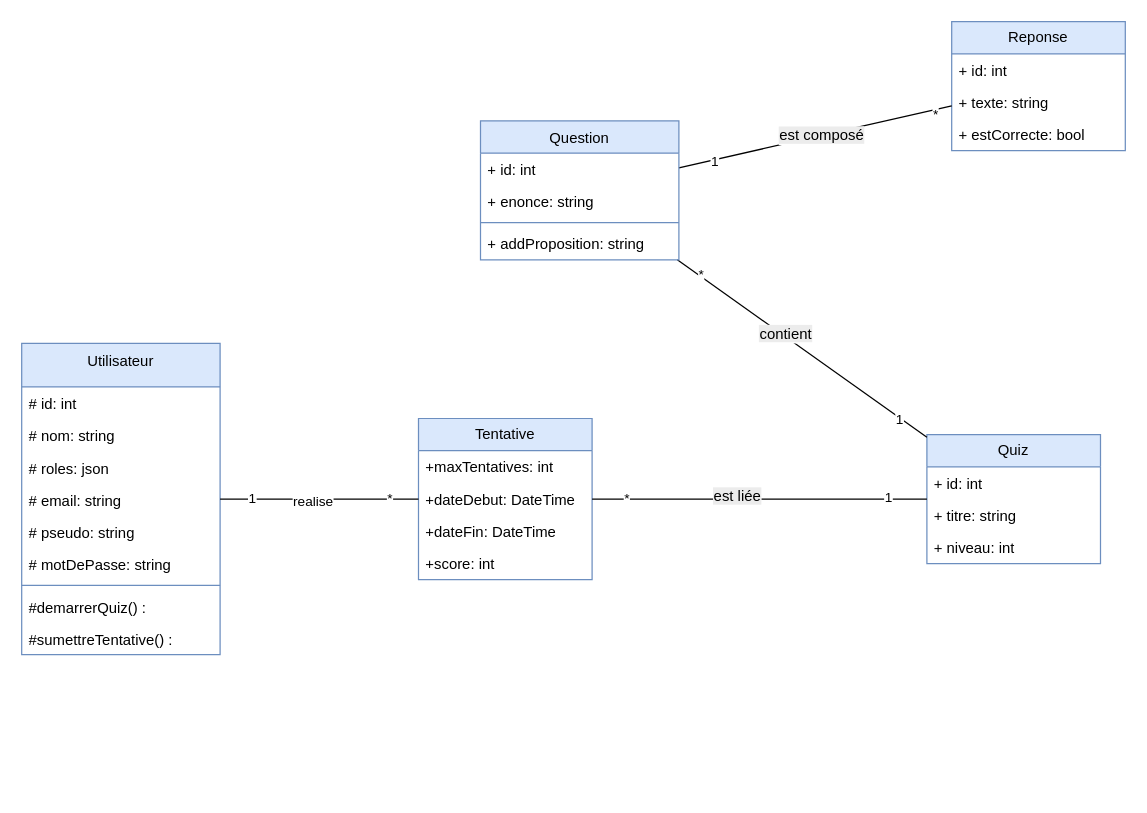
Earlier version of the draw.io diagram doc-projet-symfony/Projet Quiz.drawio (AnnieLitoiu/ProjetFinal-Annie). Source tidied: cells renumbered, new cells numbered last; positions are measured from the earlier drawing's top-left corner, leaving out a move shared by most shapes. Both pictures are drawn from the tidied source at 124%, with x=0, y=0 at pixel (21, 21).
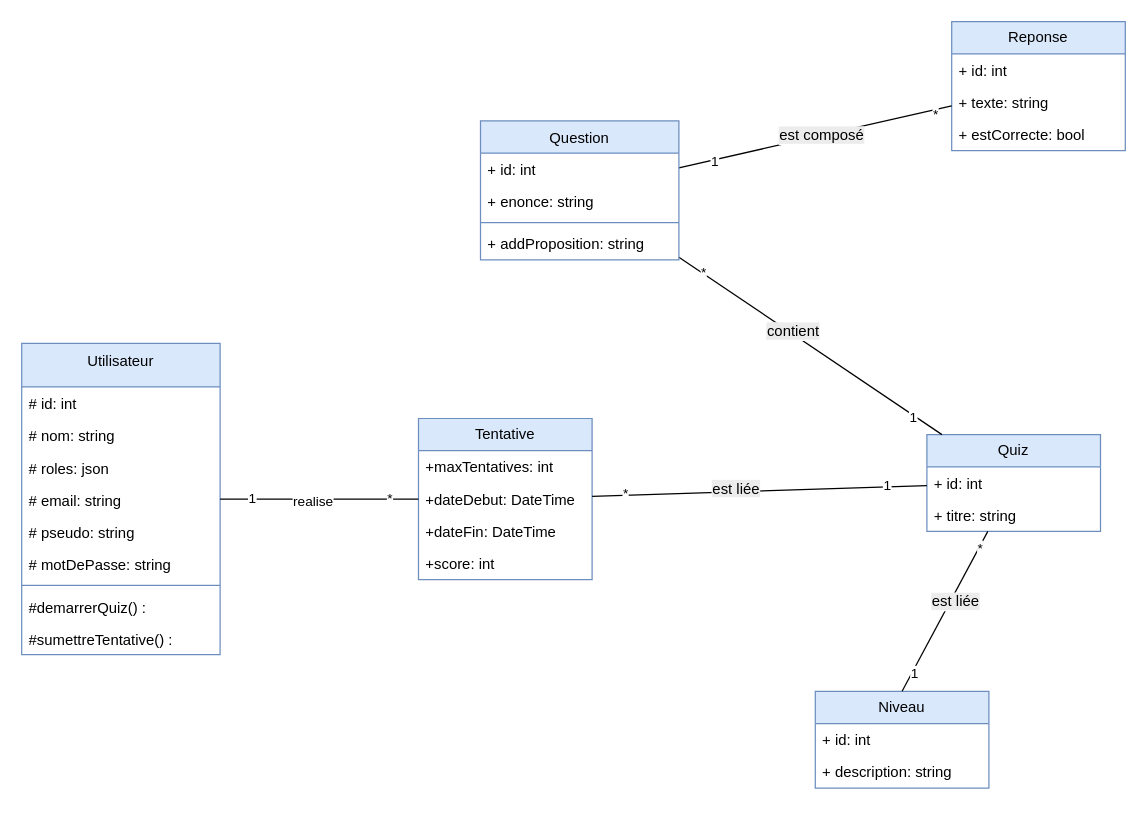
The same diagram, later.

Commit message (it also covers changes not shown here):
avant rajouter entity Niveau

What changed in the source:
```diff
@@
     <mxCell id="2" value="Quiz" style="swimlane;fontStyle=0;horizontal=1;startSize=26;fillColor=#dae8fc;whiteSpace=wrap;html=1;strokeColor=#6c8ebf;" parent="1" vertex="1">
-      <mxGeometry x="730" y="333" width="140" height="104" as="geometry" />
+      <mxGeometry x="730" y="333" width="140" height="78" as="geometry" />
     </mxCell>
@@
-    <mxCell id="5" value="+ niveau: int" style="text;strokeColor=none;fillColor=none;align=left;verticalAlign=top;spacingLeft=4;spacingRight=4;overflow=hidden;whiteSpace=wrap;html=1;" parent="2" vertex="1">
-      <mxGeometry y="78" width="140" height="26" as="geometry" />
-    </mxCell>
@@
+    <mxCell id="46" value="Niveau" style="swimlane;fontStyle=0;horizontal=1;startSize=26;fillColor=#dae8fc;whiteSpace=wrap;html=1;strokeColor=#6c8ebf;" parent="1" vertex="1">
+      <mxGeometry x="640" y="540" width="140" height="78" as="geometry" />
+    </mxCell>
+    <mxCell id="47" value="+ id: int" style="text;strokeColor=none;fillColor=none;align=left;verticalAlign=top;spacingLeft=4;spacingRight=4;overflow=hidden;whiteSpace=wrap;html=1;" parent="46" vertex="1">
+      <mxGeometry y="26" width="140" height="26" as="geometry" />
+    </mxCell>
+    <mxCell id="48" value="+ description: string" style="text;strokeColor=none;fillColor=none;align=left;verticalAlign=top;spacingLeft=4;spacingRight=4;overflow=hidden;whiteSpace=wrap;html=1;" parent="46" vertex="1">
+      <mxGeometry y="52" width="140" height="26" as="geometry" />
+    </mxCell>
+    <mxCell id="49" style="endArrow=none;html=1;rounded=0;entryX=0.5;entryY=0;entryDx=0;entryDy=0;" parent="1" edge="1" source="2" target="46">
+      <mxGeometry relative="1" as="geometry" />
+    </mxCell>
+    <mxCell id="50" value="1" style="edgeLabel;html=1;align=center;verticalAlign=middle;" parent="49" vertex="1">
+      <mxGeometry x="0.76" y="2" relative="1" as="geometry" />
+    </mxCell>
+    <mxCell id="51" value="*" style="edgeLabel;html=1;align=center;verticalAlign=middle;" parent="49" vertex="1">
+      <mxGeometry x="-0.8" y="1" relative="1" as="geometry" />
+    </mxCell>
+    <mxCell id="52" value="&lt;span style=&quot;font-size: 12px; background-color: rgb(236, 236, 236);&quot;&gt;est liée&lt;/span&gt;" style="edgeLabel;html=1;align=center;verticalAlign=middle;" parent="49" vertex="1">
+      <mxGeometry x="-0.14" y="3" relative="1" as="geometry" />
+    </mxCell>
```
